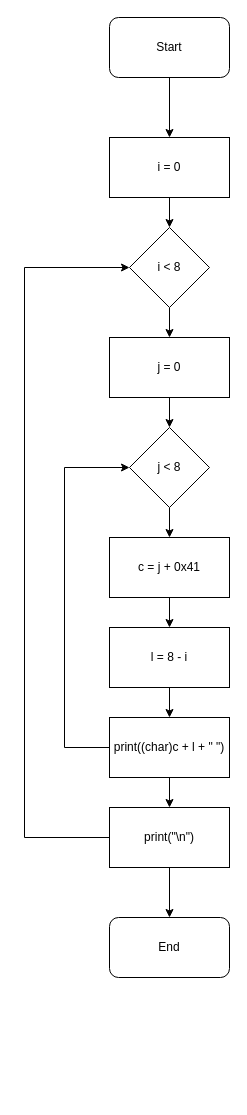
Before: courses/coding-in-C/Lab_2/mySolution/coordinates.drawio in RS-212/study-code, a draw.io diagram. Source tidied: cells renumbered, new cells numbered last; positions are measured from the earlier drawing's top-left corner, leaving out a move shared by most shapes. Both pictures are drawn from the tidied source at 100%, with x=0, y=0 at pixel (24, 17).
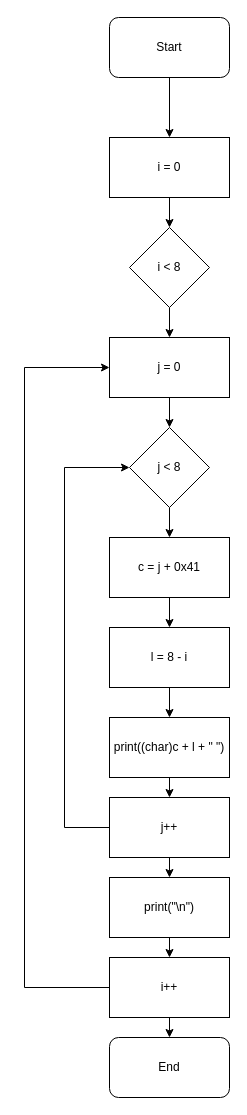
The same diagram, later.

Commit message:
correct mistake in flowchart

Unchanged cells that the change refers to:
```xml
<mxCell id="7" value="i &amp;lt; 8" style="rhombus;whiteSpace=wrap;html=1;" parent="1" vertex="1">
  <mxGeometry x="105" y="210" width="80" height="80" as="geometry" />
</mxCell>
<mxCell id="9" value="j = 0" style="rounded=0;whiteSpace=wrap;html=1;" parent="1" vertex="1">
  <mxGeometry x="85" y="320" width="120" height="60" as="geometry" />
</mxCell>
<mxCell id="11" value="&lt;div&gt;j &amp;lt; 8&lt;/div&gt;" style="rhombus;whiteSpace=wrap;html=1;" parent="1" vertex="1">
  <mxGeometry x="105" y="410" width="80" height="80" as="geometry" />
</mxCell>
<mxCell id="18" value="print((char)c + l + &quot; &quot;)" style="rounded=0;whiteSpace=wrap;html=1;" parent="1" vertex="1">
  <mxGeometry x="85" y="700" width="120" height="60" as="geometry" />
</mxCell>
```

Change to the diagram source:
```diff
@@
-    <mxCell id="16" style="edgeStyle=orthogonalEdgeStyle;rounded=0;jettySize=auto;html=1;exitX=0;exitY=0.5;exitDx=0;exitDy=0;entryX=0;entryY=0.5;entryDx=0;entryDy=0;" parent="1" edge="1" source="18" target="11">
+    <mxCell id="16" style="edgeStyle=orthogonalEdgeStyle;rounded=0;jettySize=auto;html=1;entryX=0;entryY=0.5;entryDx=0;entryDy=0;exitX=0;exitY=0.5;exitDx=0;exitDy=0;" parent="1" edge="1" source="26" target="11">
       <mxGeometry relative="1" as="geometry">
         <Array as="points">
-          <mxPoint x="40" y="730" />
+          <mxPoint x="40" y="810" />
           <mxPoint x="40" y="450" />
         </Array>
       </mxGeometry>
     </mxCell>
-    <mxCell id="17" style="edgeStyle=orthogonalEdgeStyle;rounded=0;jettySize=auto;html=1;exitX=0.5;exitY=1;exitDx=0;exitDy=0;entryX=0.5;entryY=0;entryDx=0;entryDy=0;" parent="1" edge="1" source="18" target="21">
-      <mxGeometry relative="1" as="geometry" />
-    </mxCell>
+    <mxCell id="23" style="edgeStyle=orthogonalEdgeStyle;rounded=0;jettySize=auto;html=1;exitX=0.5;exitY=1;exitDx=0;exitDy=0;entryX=0.5;entryY=0;entryDx=0;entryDy=0;" parent="1" edge="1" source="18" target="26">
+      <mxGeometry relative="1" as="geometry" />
+    </mxCell>
@@
-    <mxCell id="19" style="edgeStyle=orthogonalEdgeStyle;rounded=0;jettySize=auto;html=1;exitX=0;exitY=0.5;exitDx=0;exitDy=0;entryX=0;entryY=0.5;entryDx=0;entryDy=0;" parent="1" edge="1" source="21" target="7">
-      <mxGeometry relative="1" as="geometry">
-        <Array as="points">
-          <mxPoint y="820" />
-          <mxPoint y="250" />
-        </Array>
-      </mxGeometry>
-    </mxCell>
-    <mxCell id="20" style="edgeStyle=orthogonalEdgeStyle;rounded=0;jettySize=auto;html=1;exitX=0.5;exitY=1;exitDx=0;exitDy=0;entryX=0.5;entryY=0;entryDx=0;entryDy=0;" parent="1" edge="1" source="21" target="22">
-      <mxGeometry relative="1" as="geometry" />
-    </mxCell>
+    <mxCell id="24" style="edgeStyle=orthogonalEdgeStyle;rounded=0;jettySize=auto;html=1;exitX=0.5;exitY=1;exitDx=0;exitDy=0;entryX=0.5;entryY=0;entryDx=0;entryDy=0;" parent="1" edge="1" source="21" target="29">
+      <mxGeometry relative="1" as="geometry" />
+    </mxCell>
     <mxCell id="21" value="print(&quot;\n&quot;)" style="rounded=0;whiteSpace=wrap;html=1;" parent="1" vertex="1">
-      <mxGeometry x="85" y="790" width="120" height="60" as="geometry" />
+      <mxGeometry x="85" y="860" width="120" height="60" as="geometry" />
     </mxCell>
     <mxCell id="22" value="End" style="rounded=1;whiteSpace=wrap;html=1;" parent="1" vertex="1">
-      <mxGeometry x="85" y="900" width="120" height="60" as="geometry" />
+      <mxGeometry x="85" y="1020" width="120" height="60" as="geometry" />
     </mxCell>
+    <mxCell id="25" style="edgeStyle=orthogonalEdgeStyle;rounded=0;jettySize=auto;html=1;exitX=0.5;exitY=1;exitDx=0;exitDy=0;entryX=0.5;entryY=0;entryDx=0;entryDy=0;" parent="1" edge="1" source="26" target="21">
+      <mxGeometry relative="1" as="geometry" />
+    </mxCell>
+    <mxCell id="26" value="&lt;div&gt;j++&lt;/div&gt;" style="rounded=0;whiteSpace=wrap;html=1;" parent="1" vertex="1">
+      <mxGeometry x="85" y="780" width="120" height="60" as="geometry" />
+    </mxCell>
+    <mxCell id="27" style="edgeStyle=orthogonalEdgeStyle;rounded=0;jettySize=auto;html=1;exitX=0.5;exitY=1;exitDx=0;exitDy=0;entryX=0.5;entryY=0;entryDx=0;entryDy=0;" parent="1" edge="1" source="29" target="22">
+      <mxGeometry relative="1" as="geometry" />
+    </mxCell>
+    <mxCell id="28" style="edgeStyle=orthogonalEdgeStyle;rounded=0;jettySize=auto;html=1;exitX=0;exitY=0.5;exitDx=0;exitDy=0;entryX=0;entryY=0.5;entryDx=0;entryDy=0;" parent="1" edge="1" source="29" target="9">
+      <mxGeometry relative="1" as="geometry">
+        <Array as="points">
+          <mxPoint y="970" />
+          <mxPoint y="350" />
+        </Array>
+      </mxGeometry>
+    </mxCell>
+    <mxCell id="29" value="i++" style="rounded=0;whiteSpace=wrap;html=1;" parent="1" vertex="1">
+      <mxGeometry x="85" y="940" width="120" height="60" as="geometry" />
+    </mxCell>
```
